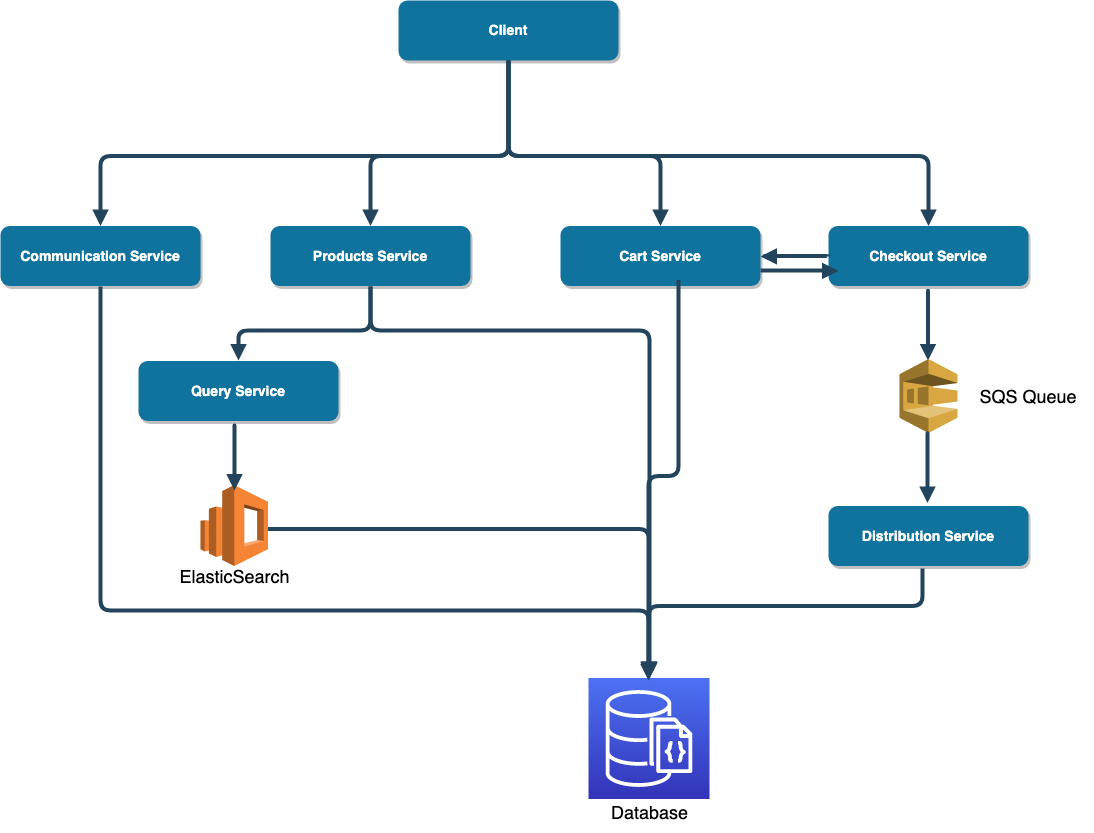
Above: images/diagram.png in AndrewLapin95/ShopperStar (draw.io), before the change. Source tidied: cells renumbered, new cells last; positions are measured from the earlier drawing's top-left corner, leaving out a move shared by most shapes.
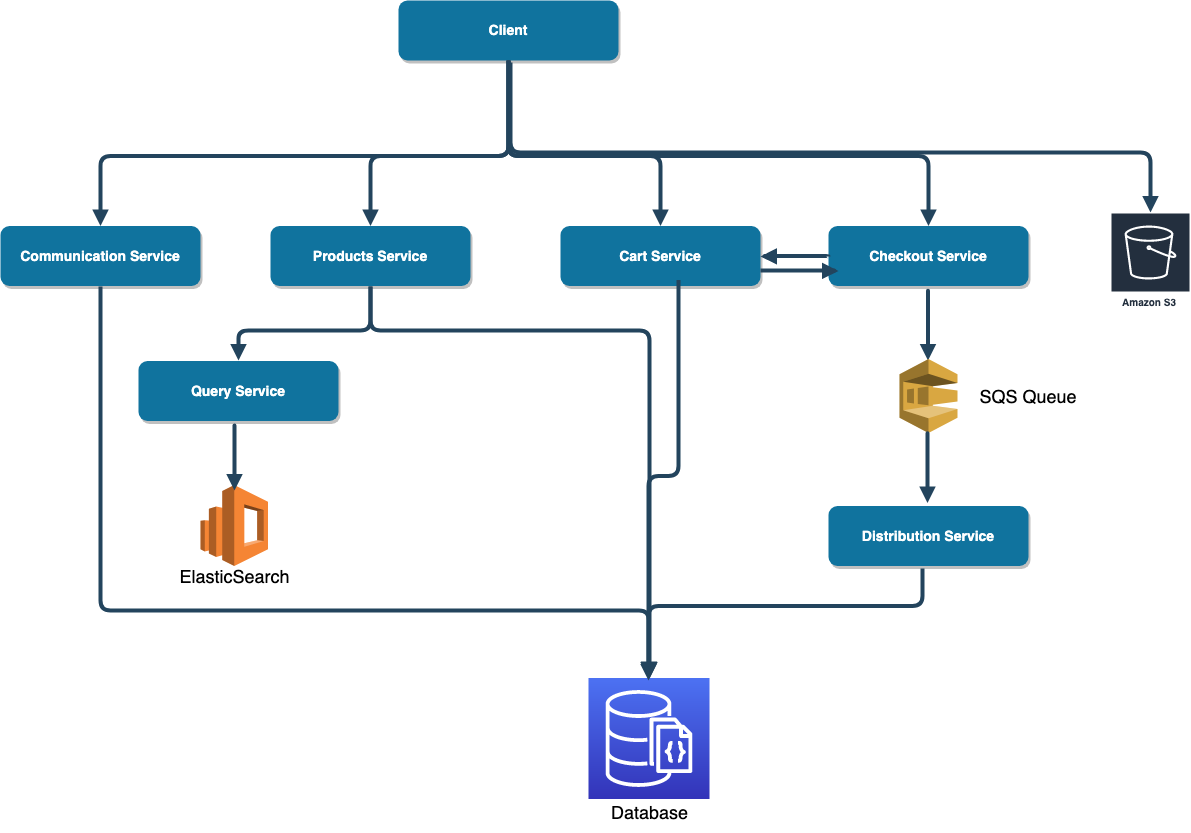
After the change.

Diff of the diagram source:
```diff
@@ -152,13 +152,17 @@
     <mxCell id="28" value="&lt;font style=&quot;font-size: 18px&quot;&gt;ElasticSearch&lt;/font&gt;" style="text;html=1;strokeColor=none;fillColor=none;align=center;verticalAlign=middle;whiteSpace=wrap;rounded=0;" parent="1" vertex="1">
       <mxGeometry x="214" y="565.5" width="40" height="20" as="geometry" />
     </mxCell>
-    <mxCell id="29" style="edgeStyle=elbowEdgeStyle;elbow=vertical;strokeWidth=4;endArrow=block;endFill=1;fontStyle=1;strokeColor=#23445D;" parent="1" edge="1" target="13">
-      <mxGeometry x="-558.5" y="538" as="geometry">
-        <mxPoint x="267.5" y="528.5" as="sourcePoint" />
-        <Array as="points">
-          <mxPoint x="327.5" y="528.5" />
-        </Array>
-      </mxGeometry>
-    </mxCell>
+    <mxCell id="30" style="edgeStyle=elbowEdgeStyle;elbow=vertical;strokeWidth=4;endArrow=block;endFill=1;fontStyle=1;strokeColor=#23445D;" parent="1" edge="1">
+      <mxGeometry x="32" y="175.5" as="geometry">
+        <mxPoint x="538" y="90" as="sourcePoint" />
+        <mxPoint x="1178" y="240" as="targetPoint" />
+        <Array as="points">
+          <mxPoint x="858" y="180" />
+        </Array>
+      </mxGeometry>
+    </mxCell>
+    <mxCell id="31" value="Amazon S3" style="fontColor=#232F3E;gradientColor=none;strokeColor=#ffffff;fillColor=#232F3E;dashed=0;verticalLabelPosition=middle;verticalAlign=bottom;align=center;html=1;whiteSpace=wrap;fontSize=10;fontStyle=1;spacing=3;shape=mxgraph.aws4.productIcon;prIcon=mxgraph.aws4.s3;" parent="1" vertex="1">
+      <mxGeometry x="1138" y="240" width="80" height="100" as="geometry" />
+    </mxCell>
   </root>
 </mxGraphModel>
```
